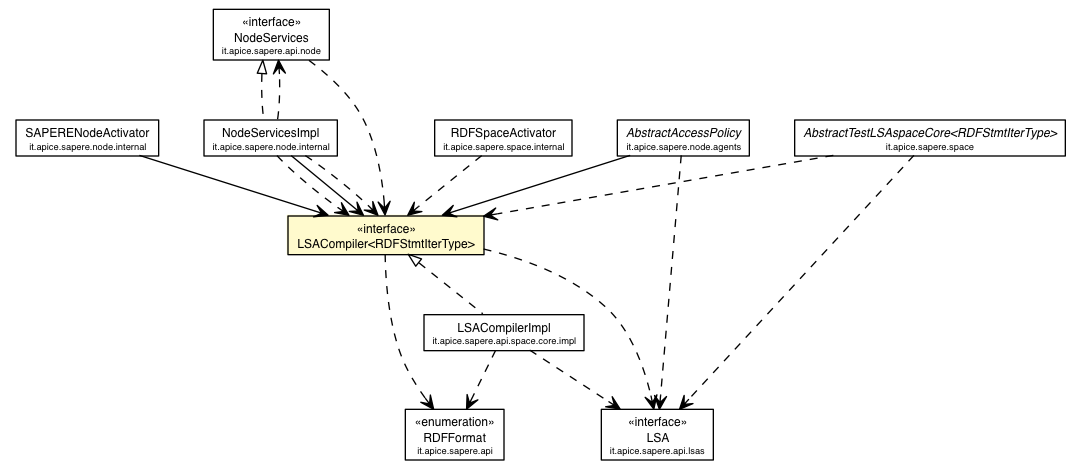
Earlier version of the Graphviz export deployed-site/apidocs/it/apice/sapere/api/space/core/LSACompiler.png (DanySK/Legacy-Contessi-Thesis-Semantic-Web-SAPERE). Its source is kept beside it as deployed-site/apidocs/it/apice/sapere/api/space/core/LSACompiler.dot. Source of this version:
```dot

digraph G {
	edge [fontname="Helvetica",fontsize=10,labelfontname="Helvetica",labelfontsize=10];
	node [fontname="Helvetica",fontsize=10,shape=plaintext];
	c38705 [label=<<table border="0" cellborder="1" cellspacing="0" cellpadding="2" port="p" href="../../RDFFormat.html">
		<tr><td><table border="0" cellspacing="0" cellpadding="1">
			<tr><td> &laquo;enumeration&raquo; </td></tr>
			<tr><td> RDFFormat </td></tr>
			<tr><td><font point-size="7.0"> it.apice.sapere.api </font></td></tr>
		</table></td></tr>
		</table>>, fontname="Helvetica", fontcolor="black", fontsize=9.0];
	c38757 [label=<<table border="0" cellborder="1" cellspacing="0" cellpadding="2" port="p" href="../../lsas/LSA.html">
		<tr><td><table border="0" cellspacing="0" cellpadding="1">
			<tr><td> &laquo;interface&raquo; </td></tr>
			<tr><td> LSA </td></tr>
			<tr><td><font point-size="7.0"> it.apice.sapere.api.lsas </font></td></tr>
		</table></td></tr>
		</table>>, fontname="Helvetica", fontcolor="black", fontsize=9.0];
	c38792 [label=<<table border="0" cellborder="1" cellspacing="0" cellpadding="2" port="p" href="../../node/NodeServices.html">
		<tr><td><table border="0" cellspacing="0" cellpadding="1">
			<tr><td> &laquo;interface&raquo; </td></tr>
			<tr><td> NodeServices </td></tr>
			<tr><td><font point-size="7.0"> it.apice.sapere.api.node </font></td></tr>
		</table></td></tr>
		</table>>, fontname="Helvetica", fontcolor="black", fontsize=9.0];
	c38794 [label=<<table border="0" cellborder="1" cellspacing="0" cellpadding="2" port="p" bgcolor="lemonChiffon" href="./LSACompiler.html">
		<tr><td><table border="0" cellspacing="0" cellpadding="1">
			<tr><td> &laquo;interface&raquo; </td></tr>
			<tr><td> LSACompiler&lt;RDFStmtIterType&gt; </td></tr>
		</table></td></tr>
		</table>>, fontname="Helvetica", fontcolor="black", fontsize=9.0];
	c38813 [label=<<table border="0" cellborder="1" cellspacing="0" cellpadding="2" port="p" href="../../../space/AbstractTestLSAspaceCore.html">
		<tr><td><table border="0" cellspacing="0" cellpadding="1">
			<tr><td><font face="Helvetica-Oblique"> AbstractTestLSAspaceCore&lt;RDFStmtIterType&gt; </font></td></tr>
			<tr><td><font point-size="7.0"> it.apice.sapere.space </font></td></tr>
		</table></td></tr>
		</table>>, fontname="Helvetica", fontcolor="black", fontsize=9.0];
	c38873 [label=<<table border="0" cellborder="1" cellspacing="0" cellpadding="2" port="p" href="./impl/LSACompilerImpl.html">
		<tr><td><table border="0" cellspacing="0" cellpadding="1">
			<tr><td> LSACompilerImpl </td></tr>
			<tr><td><font point-size="7.0"> it.apice.sapere.api.space.core.impl </font></td></tr>
		</table></td></tr>
		</table>>, fontname="Helvetica", fontcolor="black", fontsize=9.0];
	c38886 [label=<<table border="0" cellborder="1" cellspacing="0" cellpadding="2" port="p" href="../../../space/internal/RDFSpaceActivator.html">
		<tr><td><table border="0" cellspacing="0" cellpadding="1">
			<tr><td> RDFSpaceActivator </td></tr>
			<tr><td><font point-size="7.0"> it.apice.sapere.space.internal </font></td></tr>
		</table></td></tr>
		</table>>, fontname="Helvetica", fontcolor="black", fontsize=9.0];
	c38899 [label=<<table border="0" cellborder="1" cellspacing="0" cellpadding="2" port="p" href="../../../node/agents/AbstractAccessPolicy.html">
		<tr><td><table border="0" cellspacing="0" cellpadding="1">
			<tr><td><font face="Helvetica-Oblique"> AbstractAccessPolicy </font></td></tr>
			<tr><td><font point-size="7.0"> it.apice.sapere.node.agents </font></td></tr>
		</table></td></tr>
		</table>>, fontname="Helvetica", fontcolor="black", fontsize=9.0];
	c38905 [label=<<table border="0" cellborder="1" cellspacing="0" cellpadding="2" port="p" href="../../../node/internal/SAPERENodeActivator.html">
		<tr><td><table border="0" cellspacing="0" cellpadding="1">
			<tr><td> SAPERENodeActivator </td></tr>
			<tr><td><font point-size="7.0"> it.apice.sapere.node.internal </font></td></tr>
		</table></td></tr>
		</table>>, fontname="Helvetica", fontcolor="black", fontsize=9.0];
	c38906 [label=<<table border="0" cellborder="1" cellspacing="0" cellpadding="2" port="p" href="../../../node/internal/NodeServicesImpl.html">
		<tr><td><table border="0" cellspacing="0" cellpadding="1">
			<tr><td> NodeServicesImpl </td></tr>
			<tr><td><font point-size="7.0"> it.apice.sapere.node.internal </font></td></tr>
		</table></td></tr>
		</table>>, fontname="Helvetica", fontcolor="black", fontsize=9.0];
	c38794:p -> c38873:p [dir=back,arrowtail=empty,style=dashed];
	c38792:p -> c38906:p [dir=back,arrowtail=empty,style=dashed];
	c38899:p -> c38794:p [taillabel="", label="", headlabel="", fontname="Helvetica", fontcolor="black", fontsize=10.0, color="black", arrowhead=open];
	c38905:p -> c38794:p [taillabel="", label="", headlabel="", fontname="Helvetica", fontcolor="black", fontsize=10.0, color="black", arrowhead=open];
	c38906:p -> c38794:p [taillabel="", label="", headlabel="", fontname="Helvetica", fontcolor="black", fontsize=10.0, color="black", arrowhead=open];
	c38792:p -> c38794:p [taillabel="", label="", headlabel="", fontname="Helvetica", fontcolor="black", fontsize=10.0, color="black", arrowhead=open, style=dashed];
	c38794:p -> c38705:p [taillabel="", label="", headlabel="", fontname="Helvetica", fontcolor="black", fontsize=10.0, color="black", arrowhead=open, style=dashed];
	c38794:p -> c38757:p [taillabel="", label="", headlabel="", fontname="Helvetica", fontcolor="black", fontsize=10.0, color="black", arrowhead=open, style=dashed];
	c38813:p -> c38794:p [taillabel="", label="", headlabel="", fontname="Helvetica", fontcolor="black", fontsize=10.0, color="black", arrowhead=open, style=dashed];
	c38813:p -> c38757:p [taillabel="", label="", headlabel="", fontname="Helvetica", fontcolor="black", fontsize=10.0, color="black", arrowhead=open, style=dashed];
	c38873:p -> c38705:p [taillabel="", label="", headlabel="", fontname="Helvetica", fontcolor="black", fontsize=10.0, color="black", arrowhead=open, style=dashed];
	c38873:p -> c38757:p [taillabel="", label="", headlabel="", fontname="Helvetica", fontcolor="black", fontsize=10.0, color="black", arrowhead=open, style=dashed];
	c38886:p -> c38794:p [taillabel="", label="", headlabel="", fontname="Helvetica", fontcolor="black", fontsize=10.0, color="black", arrowhead=open, style=dashed];
	c38899:p -> c38757:p [taillabel="", label="", headlabel="", fontname="Helvetica", fontcolor="black", fontsize=10.0, color="black", arrowhead=open, style=dashed];
	c38906:p -> c38794:p [taillabel="", label="", headlabel="", fontname="Helvetica", fontcolor="black", fontsize=10.0, color="black", arrowhead=open, style=dashed];
	c38906:p -> c38794:p [taillabel="", label="", headlabel="", fontname="Helvetica", fontcolor="black", fontsize=10.0, color="black", arrowhead=open, style=dashed];
	c38906:p -> c38792:p [taillabel="", label="", headlabel="", fontname="Helvetica", fontcolor="black", fontsize=10.0, color="black", arrowhead=open, style=dashed];
}
```
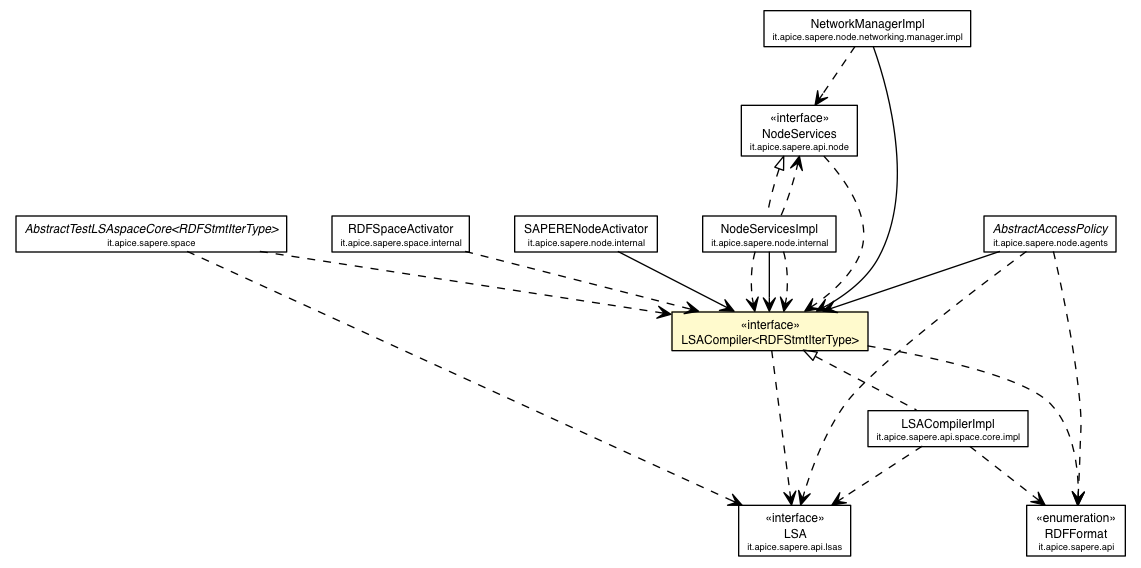
After the commit.

What changed in the source:
```diff
@@ -2,84 +2,93 @@
 digraph G {
 	edge [fontname="Helvetica",fontsize=10,labelfontname="Helvetica",labelfontsize=10];
 	node [fontname="Helvetica",fontsize=10,shape=plaintext];
-	c38705 [label=<<table border="0" cellborder="1" cellspacing="0" cellpadding="2" port="p" href="../../RDFFormat.html">
+	c44367 [label=<<table border="0" cellborder="1" cellspacing="0" cellpadding="2" port="p" href="../../RDFFormat.html">
 		<tr><td><table border="0" cellspacing="0" cellpadding="1">
 			<tr><td> &laquo;enumeration&raquo; </td></tr>
 			<tr><td> RDFFormat </td></tr>
 			<tr><td><font point-size="7.0"> it.apice.sapere.api </font></td></tr>
 		</table></td></tr>
 		</table>>, fontname="Helvetica", fontcolor="black", fontsize=9.0];
-	c38757 [label=<<table border="0" cellborder="1" cellspacing="0" cellpadding="2" port="p" href="../../lsas/LSA.html">
+	c44419 [label=<<table border="0" cellborder="1" cellspacing="0" cellpadding="2" port="p" href="../../lsas/LSA.html">
 		<tr><td><table border="0" cellspacing="0" cellpadding="1">
 			<tr><td> &laquo;interface&raquo; </td></tr>
 			<tr><td> LSA </td></tr>
 			<tr><td><font point-size="7.0"> it.apice.sapere.api.lsas </font></td></tr>
 		</table></td></tr>
 		</table>>, fontname="Helvetica", fontcolor="black", fontsize=9.0];
-	c38792 [label=<<table border="0" cellborder="1" cellspacing="0" cellpadding="2" port="p" href="../../node/NodeServices.html">
+	c44454 [label=<<table border="0" cellborder="1" cellspacing="0" cellpadding="2" port="p" href="../../node/NodeServices.html">
 		<tr><td><table border="0" cellspacing="0" cellpadding="1">
 			<tr><td> &laquo;interface&raquo; </td></tr>
 			<tr><td> NodeServices </td></tr>
 			<tr><td><font point-size="7.0"> it.apice.sapere.api.node </font></td></tr>
 		</table></td></tr>
 		</table>>, fontname="Helvetica", fontcolor="black", fontsize=9.0];
-	c38794 [label=<<table border="0" cellborder="1" cellspacing="0" cellpadding="2" port="p" bgcolor="lemonChiffon" href="./LSACompiler.html">
+	c44456 [label=<<table border="0" cellborder="1" cellspacing="0" cellpadding="2" port="p" bgcolor="lemonChiffon" href="./LSACompiler.html">
 		<tr><td><table border="0" cellspacing="0" cellpadding="1">
 			<tr><td> &laquo;interface&raquo; </td></tr>
 			<tr><td> LSACompiler&lt;RDFStmtIterType&gt; </td></tr>
 		</table></td></tr>
 		</table>>, fontname="Helvetica", fontcolor="black", fontsize=9.0];
-	c38813 [label=<<table border="0" cellborder="1" cellspacing="0" cellpadding="2" port="p" href="../../../space/AbstractTestLSAspaceCore.html">
+	c44475 [label=<<table border="0" cellborder="1" cellspacing="0" cellpadding="2" port="p" href="../../../space/AbstractTestLSAspaceCore.html">
 		<tr><td><table border="0" cellspacing="0" cellpadding="1">
 			<tr><td><font face="Helvetica-Oblique"> AbstractTestLSAspaceCore&lt;RDFStmtIterType&gt; </font></td></tr>
 			<tr><td><font point-size="7.0"> it.apice.sapere.space </font></td></tr>
 		</table></td></tr>
 		</table>>, fontname="Helvetica", fontcolor="black", fontsize=9.0];
-	c38873 [label=<<table border="0" cellborder="1" cellspacing="0" cellpadding="2" port="p" href="./impl/LSACompilerImpl.html">
+	c44535 [label=<<table border="0" cellborder="1" cellspacing="0" cellpadding="2" port="p" href="./impl/LSACompilerImpl.html">
 		<tr><td><table border="0" cellspacing="0" cellpadding="1">
 			<tr><td> LSACompilerImpl </td></tr>
 			<tr><td><font point-size="7.0"> it.apice.sapere.api.space.core.impl </font></td></tr>
 		</table></td></tr>
 		</table>>, fontname="Helvetica", fontcolor="black", fontsize=9.0];
-	c38886 [label=<<table border="0" cellborder="1" cellspacing="0" cellpadding="2" port="p" href="../../../space/internal/RDFSpaceActivator.html">
+	c44548 [label=<<table border="0" cellborder="1" cellspacing="0" cellpadding="2" port="p" href="../../../space/internal/RDFSpaceActivator.html">
 		<tr><td><table border="0" cellspacing="0" cellpadding="1">
 			<tr><td> RDFSpaceActivator </td></tr>
 			<tr><td><font point-size="7.0"> it.apice.sapere.space.internal </font></td></tr>
 		</table></td></tr>
 		</table>>, fontname="Helvetica", fontcolor="black", fontsize=9.0];
-	c38899 [label=<<table border="0" cellborder="1" cellspacing="0" cellpadding="2" port="p" href="../../../node/agents/AbstractAccessPolicy.html">
+	c44561 [label=<<table border="0" cellborder="1" cellspacing="0" cellpadding="2" port="p" href="../../../node/agents/AbstractAccessPolicy.html">
 		<tr><td><table border="0" cellspacing="0" cellpadding="1">
 			<tr><td><font face="Helvetica-Oblique"> AbstractAccessPolicy </font></td></tr>
 			<tr><td><font point-size="7.0"> it.apice.sapere.node.agents </font></td></tr>
 		</table></td></tr>
 		</table>>, fontname="Helvetica", fontcolor="black", fontsize=9.0];
-	c38905 [label=<<table border="0" cellborder="1" cellspacing="0" cellpadding="2" port="p" href="../../../node/internal/SAPERENodeActivator.html">
+	c44567 [label=<<table border="0" cellborder="1" cellspacing="0" cellpadding="2" port="p" href="../../../node/internal/SAPERENodeActivator.html">
 		<tr><td><table border="0" cellspacing="0" cellpadding="1">
 			<tr><td> SAPERENodeActivator </td></tr>
 			<tr><td><font point-size="7.0"> it.apice.sapere.node.internal </font></td></tr>
 		</table></td></tr>
 		</table>>, fontname="Helvetica", fontcolor="black", fontsize=9.0];
-	c38906 [label=<<table border="0" cellborder="1" cellspacing="0" cellpadding="2" port="p" href="../../../node/internal/NodeServicesImpl.html">
+	c44568 [label=<<table border="0" cellborder="1" cellspacing="0" cellpadding="2" port="p" href="../../../node/internal/NodeServicesImpl.html">
 		<tr><td><table border="0" cellspacing="0" cellpadding="1">
 			<tr><td> NodeServicesImpl </td></tr>
 			<tr><td><font point-size="7.0"> it.apice.sapere.node.internal </font></td></tr>
 		</table></td></tr>
 		</table>>, fontname="Helvetica", fontcolor="black", fontsize=9.0];
-	c38794:p -> c38873:p [dir=back,arrowtail=empty,style=dashed];
-	c38792:p -> c38906:p [dir=back,arrowtail=empty,style=dashed];
-	c38899:p -> c38794:p [taillabel="", label="", headlabel="", fontname="Helvetica", fontcolor="black", fontsize=10.0, color="black", arrowhead=open];
-	c38905:p -> c38794:p [taillabel="", label="", headlabel="", fontname="Helvetica", fontcolor="black", fontsize=10.0, color="black", arrowhead=open];
-	c38906:p -> c38794:p [taillabel="", label="", headlabel="", fontname="Helvetica", fontcolor="black", fontsize=10.0, color="black", arrowhead=open];
-	c38792:p -> c38794:p [taillabel="", label="", headlabel="", fontname="Helvetica", fontcolor="black", fontsize=10.0, color="black", arrowhead=open, style=dashed];
-	c38794:p -> c38705:p [taillabel="", label="", headlabel="", fontname="Helvetica", fontcolor="black", fontsize=10.0, color="black", arrowhead=open, style=dashed];
-	c38794:p -> c38757:p [taillabel="", label="", headlabel="", fontname="Helvetica", fontcolor="black", fontsize=10.0, color="black", arrowhead=open, style=dashed];
-	c38813:p -> c38794:p [taillabel="", label="", headlabel="", fontname="Helvetica", fontcolor="black", fontsize=10.0, color="black", arrowhead=open, style=dashed];
-	c38813:p -> c38757:p [taillabel="", label="", headlabel="", fontname="Helvetica", fontcolor="black", fontsize=10.0, color="black", arrowhead=open, style=dashed];
-	c38873:p -> c38705:p [taillabel="", label="", headlabel="", fontname="Helvetica", fontcolor="black", fontsize=10.0, color="black", arrowhead=open, style=dashed];
-	c38873:p -> c38757:p [taillabel="", label="", headlabel="", fontname="Helvetica", fontcolor="black", fontsize=10.0, color="black", arrowhead=open, style=dashed];
-	c38886:p -> c38794:p [taillabel="", label="", headlabel="", fontname="Helvetica", fontcolor="black", fontsize=10.0, color="black", arrowhead=open, style=dashed];
-	c38899:p -> c38757:p [taillabel="", label="", headlabel="", fontname="Helvetica", fontcolor="black", fontsize=10.0, color="black", arrowhead=open, style=dashed];
-	c38906:p -> c38794:p [taillabel="", label="", headlabel="", fontname="Helvetica", fontcolor="black", fontsize=10.0, color="black", arrowhead=open, style=dashed];
-	c38906:p -> c38794:p [taillabel="", label="", headlabel="", fontname="Helvetica", fontcolor="black", fontsize=10.0, color="black", arrowhead=open, style=dashed];
-	c38906:p -> c38792:p [taillabel="", label="", headlabel="", fontname="Helvetica", fontcolor="black", fontsize=10.0, color="black", arrowhead=open, style=dashed];
+	c44581 [label=<<table border="0" cellborder="1" cellspacing="0" cellpadding="2" port="p" href="../../../node/networking/manager/impl/NetworkManagerImpl.html">
+		<tr><td><table border="0" cellspacing="0" cellpadding="1">
+			<tr><td> NetworkManagerImpl </td></tr>
+			<tr><td><font point-size="7.0"> it.apice.sapere.node.networking.manager.impl </font></td></tr>
+		</table></td></tr>
+		</table>>, fontname="Helvetica", fontcolor="black", fontsize=9.0];
+	c44456:p -> c44535:p [dir=back,arrowtail=empty,style=dashed];
+	c44454:p -> c44568:p [dir=back,arrowtail=empty,style=dashed];
+	c44561:p -> c44456:p [taillabel="", label="", headlabel="", fontname="Helvetica", fontcolor="black", fontsize=10.0, color="black", arrowhead=open];
+	c44567:p -> c44456:p [taillabel="", label="", headlabel="", fontname="Helvetica", fontcolor="black", fontsize=10.0, color="black", arrowhead=open];
+	c44568:p -> c44456:p [taillabel="", label="", headlabel="", fontname="Helvetica", fontcolor="black", fontsize=10.0, color="black", arrowhead=open];
+	c44581:p -> c44456:p [taillabel="", label="", headlabel="", fontname="Helvetica", fontcolor="black", fontsize=10.0, color="black", arrowhead=open];
+	c44454:p -> c44456:p [taillabel="", label="", headlabel="", fontname="Helvetica", fontcolor="black", fontsize=10.0, color="black", arrowhead=open, style=dashed];
+	c44456:p -> c44419:p [taillabel="", label="", headlabel="", fontname="Helvetica", fontcolor="black", fontsize=10.0, color="black", arrowhead=open, style=dashed];
+	c44456:p -> c44367:p [taillabel="", label="", headlabel="", fontname="Helvetica", fontcolor="black", fontsize=10.0, color="black", arrowhead=open, style=dashed];
+	c44475:p -> c44456:p [taillabel="", label="", headlabel="", fontname="Helvetica", fontcolor="black", fontsize=10.0, color="black", arrowhead=open, style=dashed];
+	c44475:p -> c44419:p [taillabel="", label="", headlabel="", fontname="Helvetica", fontcolor="black", fontsize=10.0, color="black", arrowhead=open, style=dashed];
+	c44535:p -> c44419:p [taillabel="", label="", headlabel="", fontname="Helvetica", fontcolor="black", fontsize=10.0, color="black", arrowhead=open, style=dashed];
+	c44535:p -> c44367:p [taillabel="", label="", headlabel="", fontname="Helvetica", fontcolor="black", fontsize=10.0, color="black", arrowhead=open, style=dashed];
+	c44548:p -> c44456:p [taillabel="", label="", headlabel="", fontname="Helvetica", fontcolor="black", fontsize=10.0, color="black", arrowhead=open, style=dashed];
+	c44561:p -> c44419:p [taillabel="", label="", headlabel="", fontname="Helvetica", fontcolor="black", fontsize=10.0, color="black", arrowhead=open, style=dashed];
+	c44561:p -> c44367:p [taillabel="", label="", headlabel="", fontname="Helvetica", fontcolor="black", fontsize=10.0, color="black", arrowhead=open, style=dashed];
+	c44568:p -> c44456:p [taillabel="", label="", headlabel="", fontname="Helvetica", fontcolor="black", fontsize=10.0, color="black", arrowhead=open, style=dashed];
+	c44568:p -> c44456:p [taillabel="", label="", headlabel="", fontname="Helvetica", fontcolor="black", fontsize=10.0, color="black", arrowhead=open, style=dashed];
+	c44568:p -> c44454:p [taillabel="", label="", headlabel="", fontname="Helvetica", fontcolor="black", fontsize=10.0, color="black", arrowhead=open, style=dashed];
+	c44581:p -> c44454:p [taillabel="", label="", headlabel="", fontname="Helvetica", fontcolor="black", fontsize=10.0, color="black", arrowhead=open, style=dashed];
 }
```
